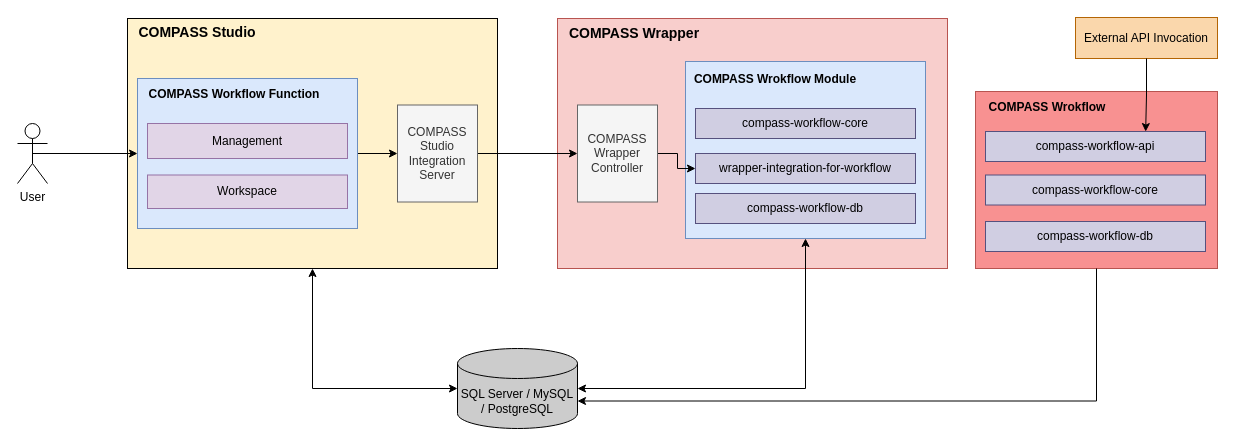
Above: COMPASS Workflow Hight Light.drawio in Linsexit/Inter_te-Lin (draw.io), before the change. Source tidied: cells renumbered, new cells numbered last; positions are measured from the earlier drawing's top-left corner, leaving out a move shared by most shapes. Both pictures are drawn from the tidied source at 100%, with x=0, y=0 at pixel (17, 17).
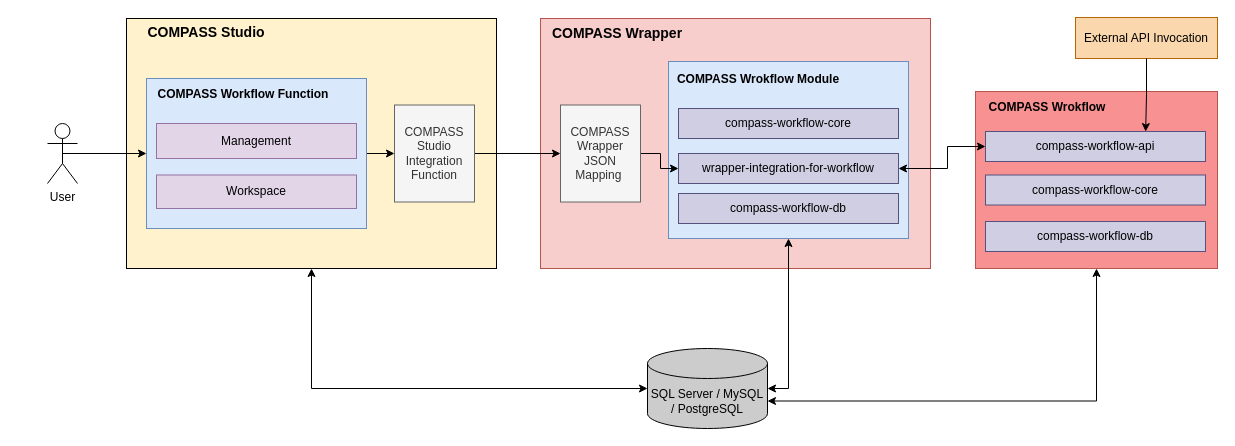
After the change.

The change refers to these unchanged cells:
```xml
<mxCell id="26" style="rounded=0;whiteSpace=wrap;html=1;fillColor=#F89191;strokeColor=#b85450;" parent="1" vertex="1">
  <mxGeometry x="958" y="74" width="242" height="177" as="geometry" />
</mxCell>
<mxCell id="28" value="compass-workflow-api" style="rounded=0;whiteSpace=wrap;html=1;fillColor=#d0cee2;strokeColor=#56517e;" parent="1" vertex="1">
  <mxGeometry x="968" y="114" width="220" height="30" as="geometry" />
</mxCell>
```

The edit, as a diff of the source:
```diff
@@
     <mxCell id="2" value="&lt;div style=&quot;&quot;&gt;&lt;br&gt;&lt;/div&gt;" style="rounded=0;whiteSpace=wrap;html=1;align=center;fillColor=#FFF2CC;" parent="1" vertex="1">
-      <mxGeometry x="110" y="1" width="370" height="250" as="geometry" />
+      <mxGeometry x="109" y="1" width="370" height="250" as="geometry" />
     </mxCell>
@@
     <mxCell id="4" style="rounded=0;whiteSpace=wrap;html=1;fillColor=#dae8fc;strokeColor=#6c8ebf;" parent="1" vertex="1">
-      <mxGeometry x="120" y="61" width="220" height="150" as="geometry" />
+      <mxGeometry x="129" y="61" width="220" height="150" as="geometry" />
     </mxCell>
     <mxCell id="5" value="Management" style="rounded=0;whiteSpace=wrap;html=1;fillColor=#e1d5e7;strokeColor=#9673a6;" parent="1" vertex="1">
-      <mxGeometry x="130" y="106" width="200" height="35" as="geometry" />
+      <mxGeometry x="139" y="106" width="200" height="35" as="geometry" />
     </mxCell>
     <mxCell id="6" value="&lt;b&gt;&lt;font style=&quot;font-size: 14px;&quot;&gt;COMPASS Studio&lt;/font&gt;&lt;/b&gt;" style="text;html=1;whiteSpace=wrap;strokeColor=none;fillColor=none;align=center;verticalAlign=middle;rounded=0;" parent="1" vertex="1">
-      <mxGeometry x="120" width="120" height="30" as="geometry" />
+      <mxGeometry x="129" width="120" height="30" as="geometry" />
     </mxCell>
     <mxCell id="7" value="Workspace" style="rounded=0;whiteSpace=wrap;html=1;fillColor=#e1d5e7;strokeColor=#9673a6;" parent="1" vertex="1">
-      <mxGeometry x="130" y="157.5" width="200" height="33.5" as="geometry" />
+      <mxGeometry x="139" y="157.5" width="200" height="33.5" as="geometry" />
     </mxCell>
     <mxCell id="8" value="&lt;div style=&quot;&quot;&gt;&lt;br&gt;&lt;/div&gt;" style="rounded=0;whiteSpace=wrap;html=1;align=center;fillColor=#f8cecc;strokeColor=#b85450;" parent="1" vertex="1">
-      <mxGeometry x="540" y="1" width="390" height="250" as="geometry" />
+      <mxGeometry x="523" y="1" width="390" height="250" as="geometry" />
     </mxCell>
     <mxCell id="9" style="rounded=0;whiteSpace=wrap;html=1;fillColor=#dae8fc;strokeColor=#6c8ebf;" parent="1" vertex="1">
-      <mxGeometry x="668" y="44" width="240" height="177" as="geometry" />
+      <mxGeometry x="651" y="44" width="240" height="177" as="geometry" />
     </mxCell>
     <mxCell id="10" value="&lt;b&gt;&lt;font style=&quot;font-size: 14px;&quot;&gt;COMPASS Wrapper&lt;/font&gt;&lt;/b&gt;" style="text;html=1;whiteSpace=wrap;strokeColor=none;fillColor=none;align=center;verticalAlign=middle;rounded=0;" parent="1" vertex="1">
-      <mxGeometry x="527" y="6" width="180" height="20" as="geometry" />
+      <mxGeometry x="510" y="6" width="180" height="20" as="geometry" />
     </mxCell>
     <mxCell id="11" value="&lt;b&gt;&lt;font style=&quot;font-size: 12px;&quot;&gt;COMPASS Wrokflow Module&lt;/font&gt;&lt;/b&gt;" style="text;html=1;whiteSpace=wrap;strokeColor=none;fillColor=none;align=center;verticalAlign=middle;rounded=0;" parent="1" vertex="1">
-      <mxGeometry x="668" y="52" width="180" height="20" as="geometry" />
+      <mxGeometry x="651" y="52" width="180" height="20" as="geometry" />
     </mxCell>
     <mxCell id="12" value="&lt;b&gt;&lt;font style=&quot;font-size: 12px;&quot;&gt;COMPASS Workflow Function&lt;/font&gt;&lt;/b&gt;" style="text;html=1;whiteSpace=wrap;strokeColor=none;fillColor=none;align=center;verticalAlign=middle;rounded=0;" parent="1" vertex="1">
-      <mxGeometry x="122" y="64" width="190" height="25" as="geometry" />
+      <mxGeometry x="131" y="64" width="190" height="25" as="geometry" />
     </mxCell>
     <mxCell id="13" value="User" style="shape=umlActor;verticalLabelPosition=bottom;verticalAlign=top;html=1;outlineConnect=0;" parent="1" vertex="1">
-      <mxGeometry y="106" width="30" height="60" as="geometry" />
+      <mxGeometry x="30" y="106" width="30" height="60" as="geometry" />
     </mxCell>
     <mxCell id="14" value="SQL Server / MySQL / PostgreSQL" style="shape=cylinder3;whiteSpace=wrap;html=1;boundedLbl=1;backgroundOutline=1;size=15;fillColor=#CCCCCC;" parent="1" vertex="1">
-      <mxGeometry x="440" y="331" width="120" height="80" as="geometry" />
+      <mxGeometry x="630" y="331" width="120" height="80" as="geometry" />
     </mxCell>
     <mxCell id="15" value="compass-workflow-core" style="rounded=0;whiteSpace=wrap;html=1;fillColor=#d0cee2;strokeColor=#56517e;" parent="1" vertex="1">
-      <mxGeometry x="678" y="91" width="220" height="30" as="geometry" />
+      <mxGeometry x="661" y="91" width="220" height="30" as="geometry" />
     </mxCell>
     <mxCell id="16" value="wrapper-integration-for-workflow" style="rounded=0;whiteSpace=wrap;html=1;fillColor=#d0cee2;strokeColor=#56517e;" parent="1" vertex="1">
-      <mxGeometry x="678" y="136" width="220" height="30" as="geometry" />
+      <mxGeometry x="661" y="136" width="220" height="30" as="geometry" />
     </mxCell>
     <mxCell id="17" value="compass-workflow-db" style="rounded=0;whiteSpace=wrap;html=1;fillColor=#d0cee2;strokeColor=#56517e;" parent="1" vertex="1">
-      <mxGeometry x="678" y="176" width="220" height="30" as="geometry" />
+      <mxGeometry x="661" y="176" width="220" height="30" as="geometry" />
     </mxCell>
@@
-    <mxCell id="19" value="&lt;font face=&quot;Helvetica&quot;&gt;COMPASS Wrapper Controller&lt;/font&gt;" style="rounded=0;whiteSpace=wrap;html=1;fillColor=#f5f5f5;fontColor=#333333;strokeColor=#666666;" parent="1" vertex="1">
-      <mxGeometry x="560" y="87.5" width="80" height="97" as="geometry" />
+    <mxCell id="19" value="&lt;font face=&quot;Helvetica&quot;&gt;COMPASS Wrapper JSON Mapping&amp;nbsp;&lt;/font&gt;" style="rounded=0;whiteSpace=wrap;html=1;fillColor=#f5f5f5;fontColor=#333333;strokeColor=#666666;" parent="1" vertex="1">
+      <mxGeometry x="543" y="87.5" width="80" height="97" as="geometry" />
     </mxCell>
@@
-    <mxCell id="21" value="&lt;font face=&quot;Helvetica&quot;&gt;COMPASS Studio Integration Server&lt;/font&gt;" style="rounded=0;whiteSpace=wrap;html=1;fillColor=#f5f5f5;fontColor=#333333;strokeColor=#666666;" parent="1" vertex="1">
-      <mxGeometry x="380" y="87.5" width="80" height="97" as="geometry" />
+    <mxCell id="21" value="&lt;font face=&quot;Helvetica&quot;&gt;COMPASS Studio Integration Function&lt;/font&gt;" style="rounded=0;whiteSpace=wrap;html=1;fillColor=#f5f5f5;fontColor=#333333;strokeColor=#666666;" parent="1" vertex="1">
+      <mxGeometry x="377" y="87.5" width="80" height="97" as="geometry" />
     </mxCell>
@@
-    <mxCell id="32" style="edgeStyle=orthogonalEdgeStyle;rounded=0;jettySize=auto;html=1;exitX=0.5;exitY=1;exitDx=0;exitDy=0;entryX=1;entryY=0;entryDx=0;entryDy=52.5;entryPerimeter=0;" parent="1" edge="1" source="26" target="14">
+    <mxCell id="32" style="edgeStyle=orthogonalEdgeStyle;rounded=0;jettySize=auto;html=1;exitX=0.5;exitY=1;exitDx=0;exitDy=0;entryX=1;entryY=0;entryDx=0;entryDy=52.5;entryPerimeter=0;startArrow=classic;startFill=1;" parent="1" edge="1" source="26" target="14">
       <mxGeometry relative="1" as="geometry" />
     </mxCell>
+    <mxCell id="33" style="edgeStyle=orthogonalEdgeStyle;rounded=0;jettySize=auto;html=1;exitX=1;exitY=0.5;exitDx=0;exitDy=0;entryX=0;entryY=0.5;entryDx=0;entryDy=0;startArrow=classic;startFill=1;" parent="1" edge="1" source="16" target="28">
+      <mxGeometry relative="1" as="geometry">
+        <Array as="points">
+          <mxPoint x="930" y="151" />
+          <mxPoint x="930" y="129" />
+        </Array>
+      </mxGeometry>
+    </mxCell>
```
